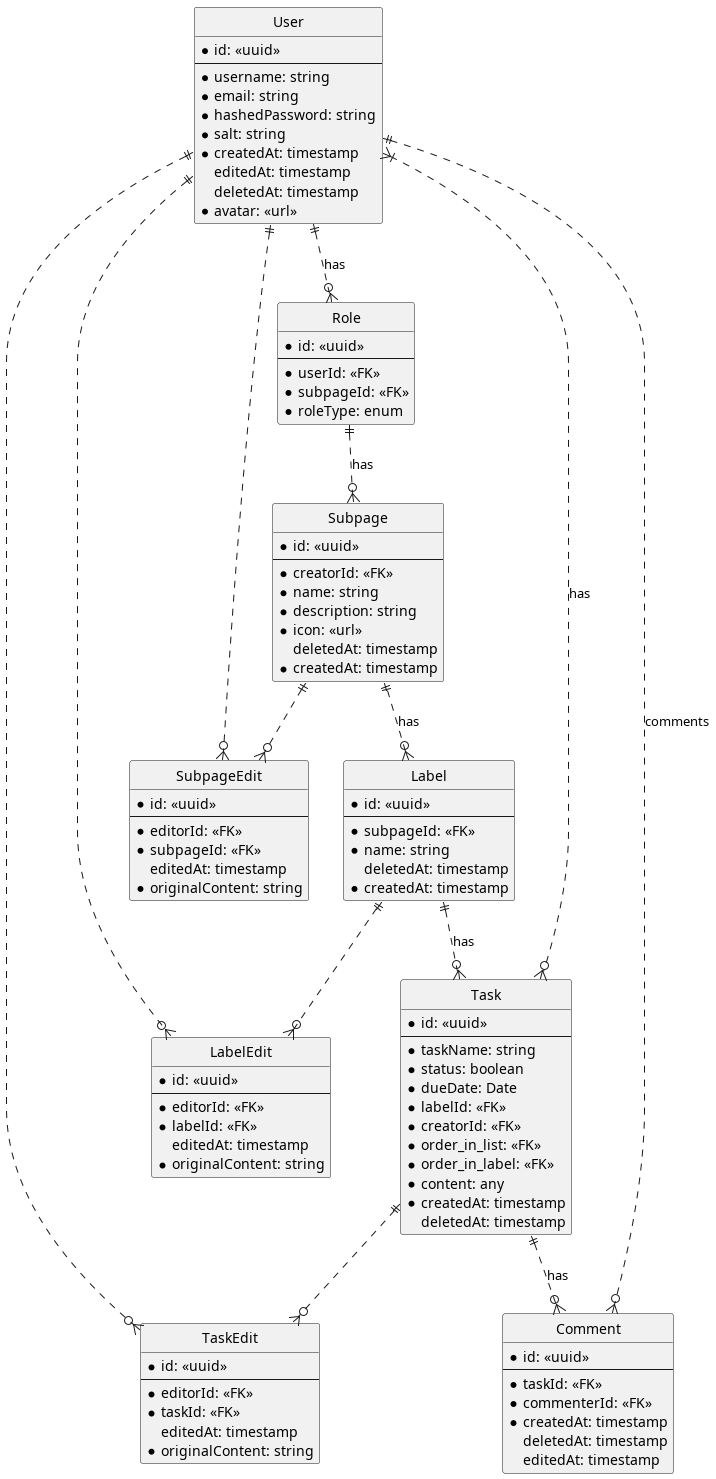
Before: diagrams/nushn.png, a diagram exported from PlantUML (allneu/pb138-project-nushn).
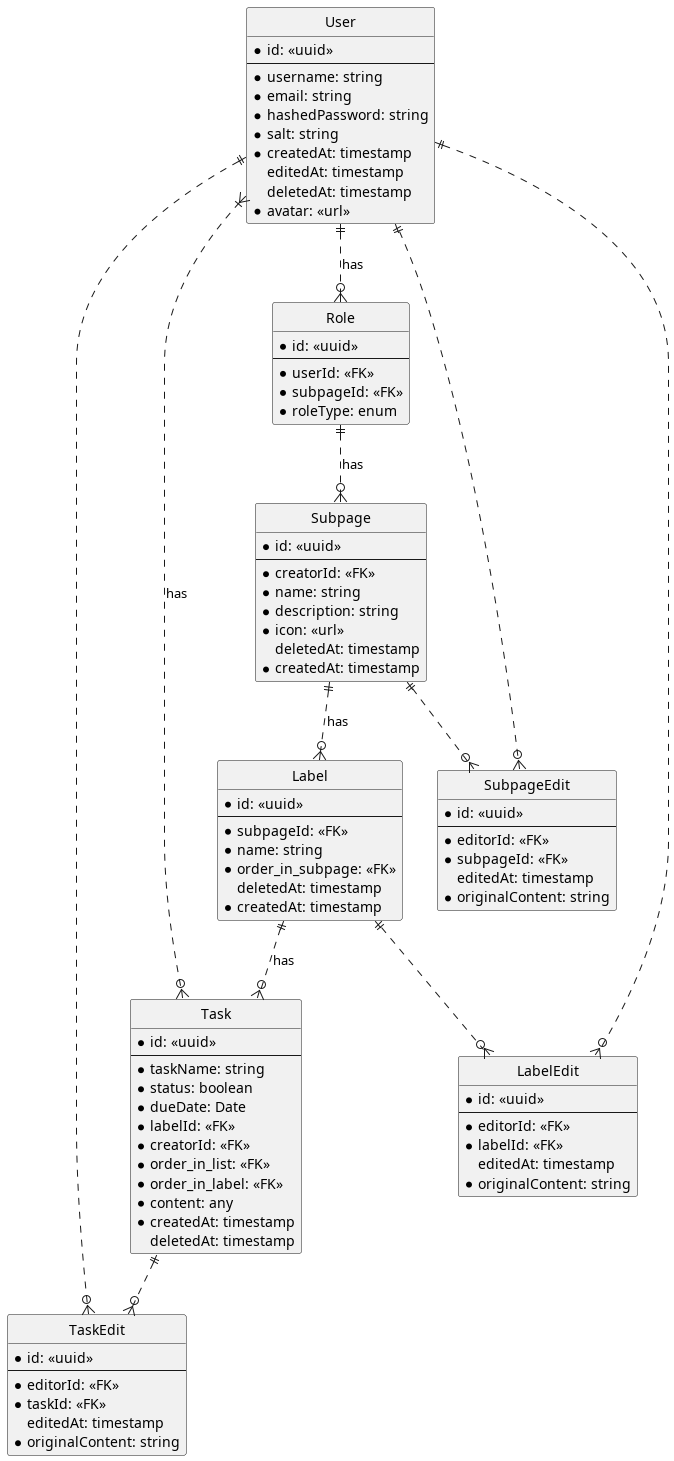
Above is the later version.

Commit message:
fix: removed comment, added order to label

What changed in the source:
```diff
@@ -1,4 +1,4 @@
-@startuml discord
+@startuml nushn
 
 hide circle
 
@@ -31,6 +31,7 @@
     ---
     * subpageId: <<FK>>
     * name: string
+    * order_in_subpage: <<FK>>
     deletedAt: timestamp
     * createdAt: timestamp
 }
@@ -83,21 +84,10 @@
     * originalContent: string
 }
 
-entity Comment {
-    * id: <<uuid>>
-    ---
-    * taskId: <<FK>>
-    * commenterId: <<FK>>
-    * createdAt: timestamp
-    deletedAt: timestamp
-    editedAt: timestamp
-}
 
 User }|..o{ Task : has
 Subpage ||..o{ Label : has
 Label ||..o{ Task : has
-Task ||..o{ Comment : has
-User ||..o{ Comment : comments
 Task ||..o{ TaskEdit
 User ||..o{ TaskEdit
 
```
